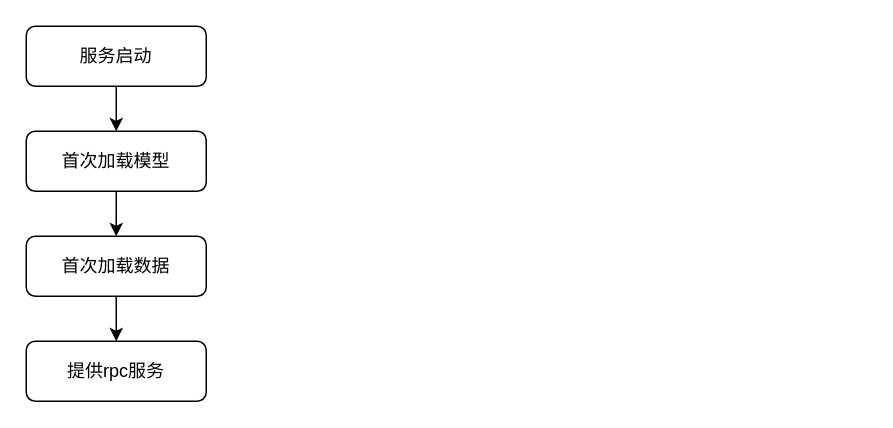
Above: 掌通家园-信息流推荐-排序服务流程图.drawio in wangjie5540/drawio (draw.io), before the change. Source tidied: cells renumbered, new cells numbered last; positions are measured from the earlier drawing's top-left corner, leaving out a move shared by most shapes. Both pictures are drawn from the tidied source at 150%, with x=0, y=0 at pixel (26, 26).
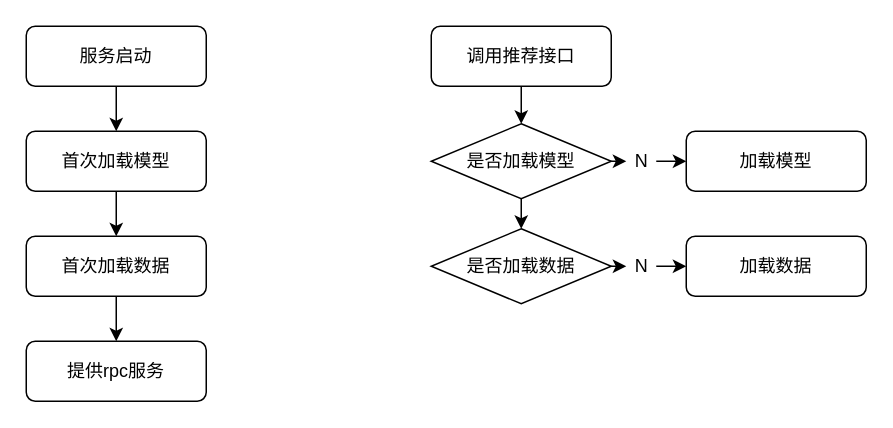
The same diagram, later.

Commit message (it also covers changes not shown here):
更新掌通家园-信息流推荐-排序服务流程图.drawio

The edit, as a diff of the source:
```diff
@@
+    <mxCell id="9" style="edgeStyle=orthogonalEdgeStyle;rounded=0;jettySize=auto;html=1;exitX=0.5;exitY=1;exitDx=0;exitDy=0;entryX=0.5;entryY=0;entryDx=0;entryDy=0;" parent="1" edge="1" source="10" target="13">
+      <mxGeometry relative="1" as="geometry" />
+    </mxCell>
+    <mxCell id="10" value="调用推荐接口" style="rounded=1;whiteSpace=wrap;html=1;fontSize=12;glass=0;strokeWidth=1;shadow=0;" parent="1" vertex="1">
+      <mxGeometry x="270" width="120" height="40" as="geometry" />
+    </mxCell>
+    <mxCell id="11" style="edgeStyle=orthogonalEdgeStyle;rounded=0;jettySize=auto;html=1;exitX=1;exitY=0.5;exitDx=0;exitDy=0;entryX=0;entryY=0.5;entryDx=0;entryDy=0;" parent="1" edge="1" source="15" target="14">
+      <mxGeometry relative="1" as="geometry" />
+    </mxCell>
+    <mxCell id="12" style="edgeStyle=orthogonalEdgeStyle;rounded=0;jettySize=auto;html=1;exitX=0.5;exitY=1;exitDx=0;exitDy=0;entryX=0.5;entryY=0;entryDx=0;entryDy=0;" parent="1" edge="1" source="13" target="18">
+      <mxGeometry relative="1" as="geometry" />
+    </mxCell>
+    <mxCell id="13" value="是否加载模型" style="rhombus;whiteSpace=wrap;html=1;" parent="1" vertex="1">
+      <mxGeometry x="270" y="65" width="120" height="50" as="geometry" />
+    </mxCell>
+    <mxCell id="14" value="加载模型" style="rounded=1;whiteSpace=wrap;html=1;fontSize=12;glass=0;strokeWidth=1;shadow=0;" parent="1" vertex="1">
+      <mxGeometry x="440" y="70" width="120" height="40" as="geometry" />
+    </mxCell>
+    <mxCell id="15" value="N" style="text;html=1;align=center;verticalAlign=middle;points=[];" parent="1" vertex="1">
+      <mxGeometry x="400" y="80" width="20" height="20" as="geometry" />
+    </mxCell>
+    <mxCell id="16" style="edgeStyle=orthogonalEdgeStyle;rounded=0;jettySize=auto;html=1;exitX=1;exitY=0.5;exitDx=0;exitDy=0;entryX=0;entryY=0.5;entryDx=0;entryDy=0;" parent="1" edge="1" source="13" target="15">
+      <mxGeometry relative="1" as="geometry" />
+    </mxCell>
+    <mxCell id="17" style="edgeStyle=orthogonalEdgeStyle;rounded=0;jettySize=auto;html=1;exitX=1;exitY=0.5;exitDx=0;exitDy=0;entryX=0;entryY=0.5;entryDx=0;entryDy=0;" parent="1" edge="1" source="20" target="19">
+      <mxGeometry relative="1" as="geometry" />
+    </mxCell>
+    <mxCell id="18" value="是否加载数据" style="rhombus;whiteSpace=wrap;html=1;" parent="1" vertex="1">
+      <mxGeometry x="270" y="135" width="120" height="50" as="geometry" />
+    </mxCell>
+    <mxCell id="19" value="加载数据" style="rounded=1;whiteSpace=wrap;html=1;fontSize=12;glass=0;strokeWidth=1;shadow=0;" parent="1" vertex="1">
+      <mxGeometry x="440" y="140" width="120" height="40" as="geometry" />
+    </mxCell>
+    <mxCell id="20" value="N" style="text;html=1;align=center;verticalAlign=middle;points=[];" parent="1" vertex="1">
+      <mxGeometry x="400" y="150" width="20" height="20" as="geometry" />
+    </mxCell>
+    <mxCell id="21" style="edgeStyle=orthogonalEdgeStyle;rounded=0;jettySize=auto;html=1;exitX=1;exitY=0.5;exitDx=0;exitDy=0;entryX=0;entryY=0.5;entryDx=0;entryDy=0;" parent="1" edge="1" source="18" target="20">
+      <mxGeometry relative="1" as="geometry" />
+    </mxCell>
```
